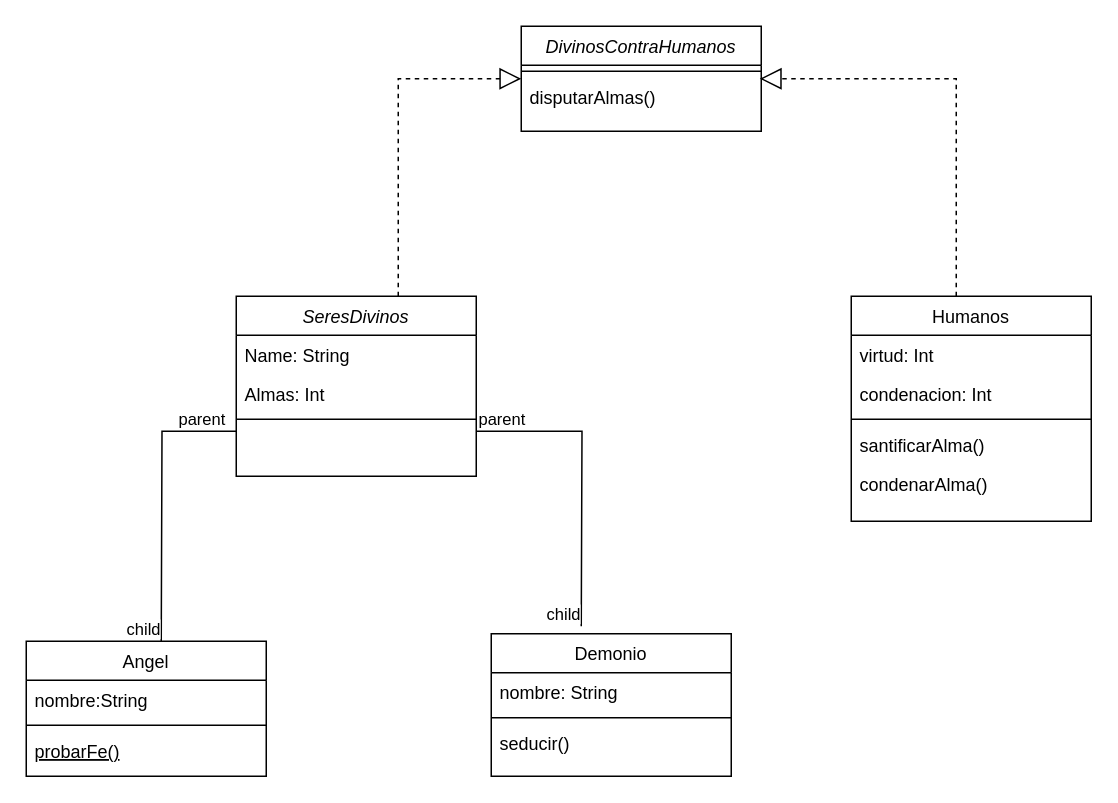
This is Grupo11_AD3/Gerard/Diagrama_Clases_requerimiento_2.drawio from Gerard-Perujo/Entornos_AD-3, a draw.io file, before an edit. Source tidied: cells renumbered, new cells numbered last; positions are measured from the earlier drawing's top-left corner, leaving out a move shared by most shapes. Both pictures are drawn from the tidied source at 150%, with x=0, y=0 at pixel (26, 26).
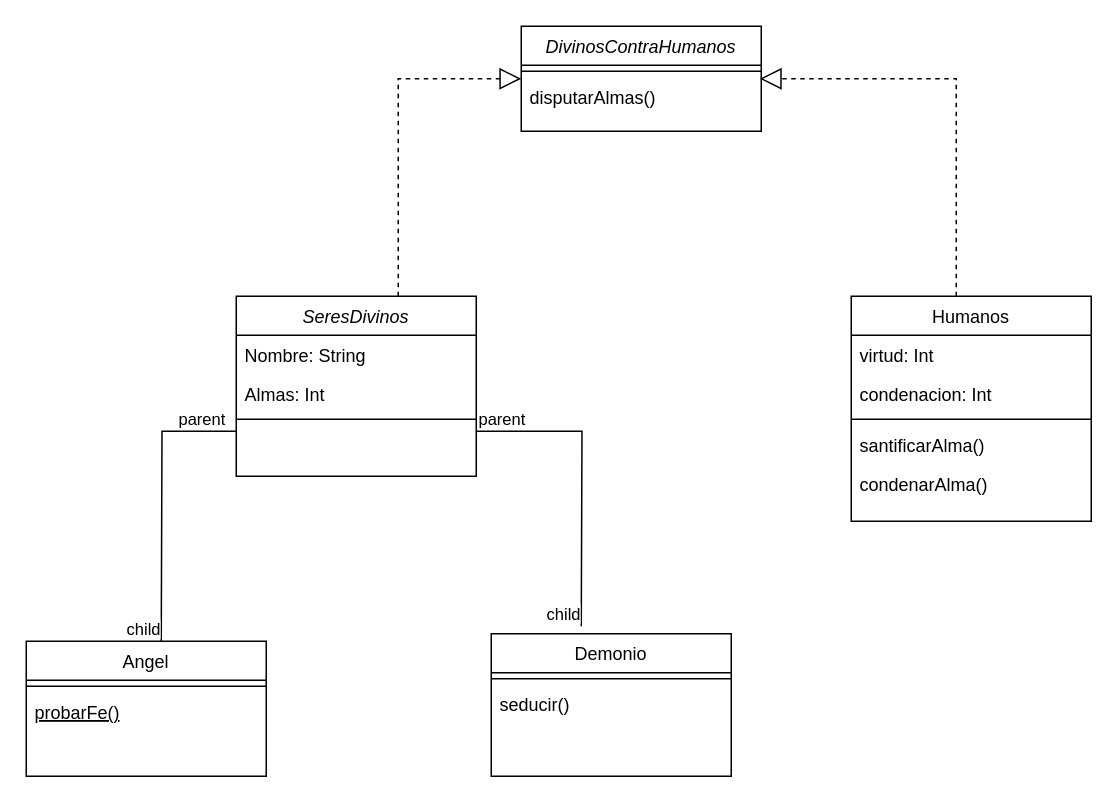
After the change.

Commit message (it also covers changes not shown here):
Cambios realizados en diagrama de clases

The change refers to these unchanged cells:
```xml
<mxCell id="2" value="SeresDivinos" style="swimlane;fontStyle=2;align=center;verticalAlign=top;horizontal=1;startSize=26;rounded=0;shadow=0;strokeWidth=1;" parent="1" vertex="1">
  <mxGeometry x="140" y="180" width="160" height="120" as="geometry" />
</mxCell>
<mxCell id="6" value="Angel" style="swimlane;fontStyle=0;align=center;verticalAlign=top;horizontal=1;startSize=26;rounded=0;shadow=0;strokeWidth=1;" parent="1" vertex="1">
  <mxGeometry y="410" width="160" height="90" as="geometry" />
</mxCell>
<mxCell id="10" value="Demonio&#10;" style="swimlane;fontStyle=0;align=center;verticalAlign=top;horizontal=1;startSize=26;rounded=0;shadow=0;strokeWidth=1;" parent="1" vertex="1">
  <mxGeometry x="310" y="405" width="160" height="95" as="geometry" />
</mxCell>
```

Diff of the diagram source:
```diff
@@
-    <mxCell id="3" value="Name: String" style="text;align=left;verticalAlign=top;spacingLeft=4;spacingRight=4;overflow=hidden;" parent="2" vertex="1">
+    <mxCell id="3" value="Nombre: String" style="text;align=left;verticalAlign=top;spacingLeft=4;spacingRight=4;overflow=hidden;" parent="2" vertex="1">
       <mxGeometry y="26" width="160" height="26" as="geometry" />
     </mxCell>
@@
-    <mxCell id="7" value="nombre:String" style="text;align=left;verticalAlign=top;spacingLeft=4;spacingRight=4;overflow=hidden;" parent="6" vertex="1">
-      <mxGeometry y="26" width="160" height="26" as="geometry" />
-    </mxCell>
     <mxCell id="8" style="line;html=1;strokeWidth=1;align=left;verticalAlign=middle;spacingTop=-1;spacingLeft=3;spacingRight=3;labelPosition=right;" parent="6" vertex="1">
-      <mxGeometry y="52" width="160" height="8" as="geometry" />
+      <mxGeometry y="26" width="160" height="8" as="geometry" />
     </mxCell>
     <mxCell id="9" value="probarFe()" style="text;align=left;verticalAlign=top;spacingLeft=4;spacingRight=4;overflow=hidden;fontStyle=4;" parent="6" vertex="1">
-      <mxGeometry y="60" width="160" height="26" as="geometry" />
+      <mxGeometry y="34" width="160" height="26" as="geometry" />
     </mxCell>
@@
-    <mxCell id="11" value="nombre: String" style="text;align=left;verticalAlign=top;spacingLeft=4;spacingRight=4;overflow=hidden;" parent="10" vertex="1">
-      <mxGeometry y="26" width="160" height="26" as="geometry" />
-    </mxCell>
     <mxCell id="12" style="line;html=1;strokeWidth=1;align=left;verticalAlign=middle;spacingTop=-1;spacingLeft=3;spacingRight=3;labelPosition=right;" parent="10" vertex="1">
-      <mxGeometry y="52" width="160" height="8" as="geometry" />
+      <mxGeometry y="26" width="160" height="8" as="geometry" />
     </mxCell>
     <mxCell id="13" value="seducir()" style="text;strokeColor=none;fillColor=none;align=left;verticalAlign=top;spacingLeft=4;spacingRight=4;overflow=hidden;" parent="10" vertex="1">
-      <mxGeometry y="60" width="160" height="26" as="geometry" />
+      <mxGeometry y="34" width="160" height="26" as="geometry" />
     </mxCell>
```
